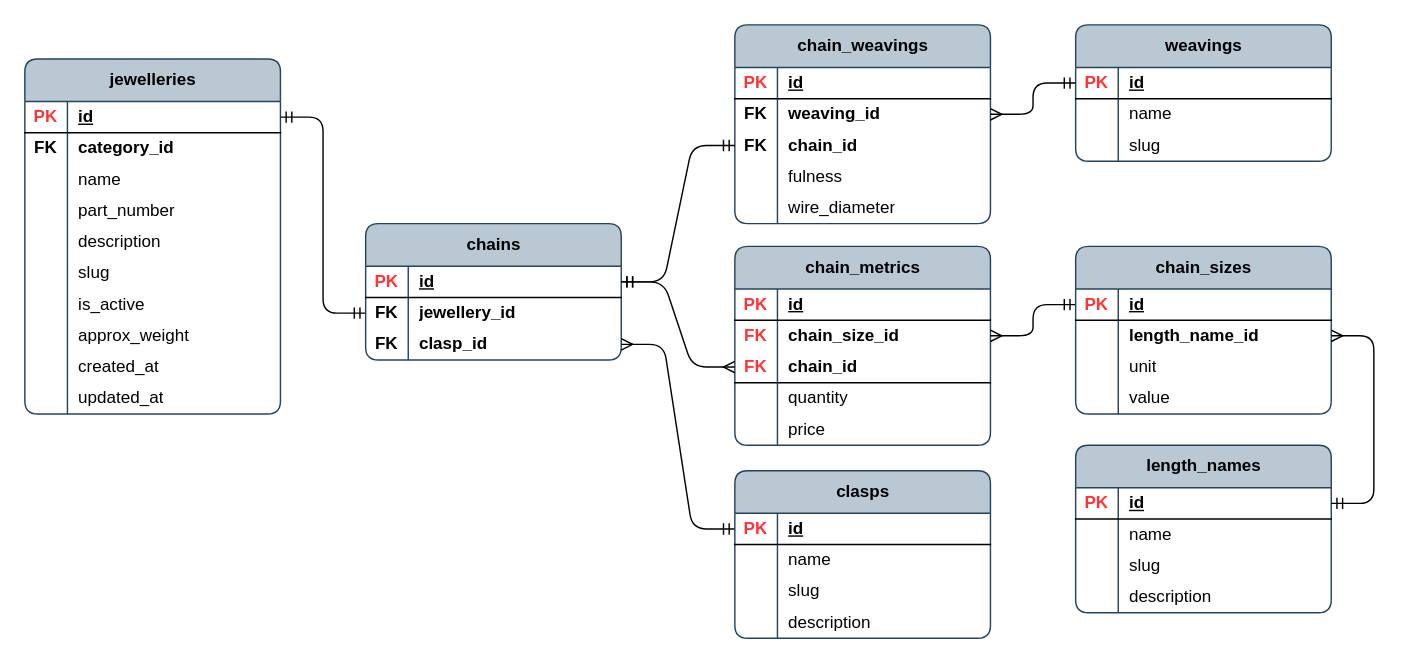
Before: page "jw_chain_props" (10 of 15) of publisher/laravel-app/psql_jewellery_items.drawio in Local-development-environment/msg-brokers-publisher-consumer, a draw.io diagram. Source tidied: cells renumbered, new cells numbered last; positions are measured from the earlier drawing's top-left corner, leaving out a move shared by most shapes. Both pictures are drawn from the tidied source at 142%, with x=0, y=0 at pixel (24, 24).
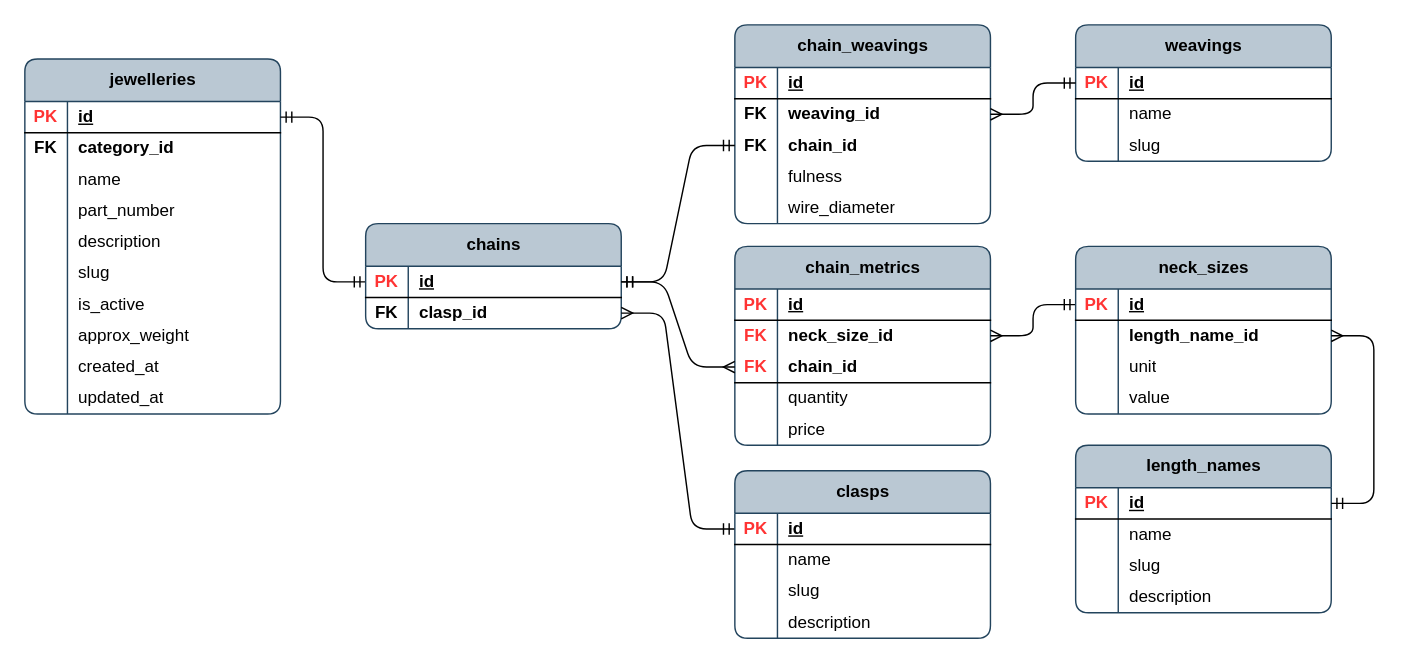
The same diagram, later.

The change refers to these unchanged cells:
```xml
<mxCell id="3" style="shape=tableRow;horizontal=0;startSize=0;swimlaneHead=0;swimlaneBody=0;fillColor=none;points=[[0,0.5],[1,0.5]];portConstraint=eastwest;top=0;left=0;right=0;bottom=1;rounded=1;" parent="2" vertex="1">
  <mxGeometry y="30" width="180" height="22" as="geometry" />
</mxCell>
<mxCell id="35" style="shape=tableRow;horizontal=0;startSize=0;swimlaneHead=0;swimlaneBody=0;fillColor=none;points=[[0,0.5],[1,0.5]];portConstraint=eastwest;top=0;left=0;right=0;bottom=1;rounded=0;" parent="34" vertex="1">
  <mxGeometry y="30" width="180" height="22" as="geometry" />
</mxCell>
<mxCell id="58" style="shape=tableRow;horizontal=0;startSize=0;swimlaneHead=0;swimlaneBody=0;fillColor=none;points=[[0,0.5],[1,0.5]];portConstraint=eastwest;top=0;left=0;right=0;bottom=0;rounded=0;" parent="54" vertex="1">
  <mxGeometry y="52" width="180" height="22" as="geometry" />
</mxCell>
```

The edit, as a diff of the source:
```diff
@@
-    <mxCell id="33" style="edgeStyle=entityRelationEdgeStyle;fontSize=12;html=1;endArrow=ERmandOne;startArrow=ERmandOne;rounded=1;curved=0;exitX=1;exitY=0.5;exitDx=0;exitDy=0;entryX=0;entryY=0.5;entryDx=0;entryDy=0;" parent="1" edge="1" source="3" target="38">
+    <mxCell id="33" style="edgeStyle=entityRelationEdgeStyle;fontSize=12;html=1;endArrow=ERmandOne;startArrow=ERmandOne;rounded=1;curved=0;exitX=1;exitY=0.5;exitDx=0;exitDy=0;entryX=0;entryY=0.5;entryDx=0;entryDy=0;" parent="1" edge="1" source="3" target="35">
       <mxGeometry relative="1" as="geometry" />
     </mxCell>
     <mxCell id="34" value="chains" style="shape=table;startSize=30;childLayout=tableLayout;rowLines=0;fontStyle=1;align=center;html=1;rounded=1;swimlaneFillColor=none;fillColor=#bac8d3;strokeColor=#23445d;columnLines=1;arcSize=10;" parent="1" vertex="1">
-      <mxGeometry x="240" y="140" width="180" height="96" as="geometry" />
+      <mxGeometry x="240" y="140" width="180" height="74" as="geometry" />
     </mxCell>
@@
-    <mxCell id="38" style="shape=tableRow;horizontal=0;startSize=0;swimlaneHead=0;swimlaneBody=0;fillColor=none;points=[[0,0.5],[1,0.5]];portConstraint=eastwest;top=0;left=0;right=0;bottom=0;rounded=0;" parent="34" vertex="1">
-      <mxGeometry y="52" width="180" height="22" as="geometry" />
-    </mxCell>
-    <mxCell id="39" value="&lt;b&gt;FK&lt;/b&gt;" style="shape=partialRectangle;fillColor=none;top=0;left=0;bottom=0;right=0;overflow=hidden;whiteSpace=wrap;html=1;" parent="38" vertex="1">
-      <mxGeometry width="30" height="22" as="geometry" />
-    </mxCell>
-    <mxCell id="40" value="&lt;b&gt;jewellery_id&lt;/b&gt;" style="shape=partialRectangle;fillColor=none;top=0;left=0;bottom=0;right=0;align=left;spacingLeft=6;overflow=hidden;whiteSpace=wrap;html=1;" parent="38" vertex="1">
-      <mxGeometry x="30" width="150" height="22" as="geometry" />
-    </mxCell>
     <mxCell id="41" style="shape=tableRow;horizontal=0;startSize=0;swimlaneHead=0;swimlaneBody=0;fillColor=none;points=[[0,0.5],[1,0.5]];portConstraint=eastwest;top=0;left=0;right=0;bottom=0;rounded=0;" parent="34" vertex="1">
-      <mxGeometry y="74" width="180" height="22" as="geometry" />
+      <mxGeometry y="52" width="180" height="22" as="geometry" />
     </mxCell>
@@
-    <mxCell id="60" value="&lt;b&gt;chain_size_id&lt;/b&gt;" style="shape=partialRectangle;fillColor=none;top=0;left=0;bottom=0;right=0;align=left;spacingLeft=6;overflow=hidden;whiteSpace=wrap;html=1;" parent="58" vertex="1">
+    <mxCell id="60" value="&lt;b&gt;neck_size_id&lt;/b&gt;" style="shape=partialRectangle;fillColor=none;top=0;left=0;bottom=0;right=0;align=left;spacingLeft=6;overflow=hidden;whiteSpace=wrap;html=1;" parent="58" vertex="1">
       <mxGeometry x="30" width="150" height="22" as="geometry" />
     </mxCell>
@@
-    <mxCell id="72" value="chain_sizes" style="shape=table;startSize=30;childLayout=tableLayout;rowLines=0;fontStyle=1;align=center;html=1;rounded=1;swimlaneFillColor=none;fillColor=#bac8d3;strokeColor=#23445d;columnLines=1;arcSize=10;" parent="1" vertex="1">
+    <mxCell id="72" value="neck_sizes" style="shape=table;startSize=30;childLayout=tableLayout;rowLines=0;fontStyle=1;align=center;html=1;rounded=1;swimlaneFillColor=none;fillColor=#bac8d3;strokeColor=#23445d;columnLines=1;arcSize=10;" parent="1" vertex="1">
       <mxGeometry x="740" y="156" width="180" height="118" as="geometry" />
     </mxCell>
```
